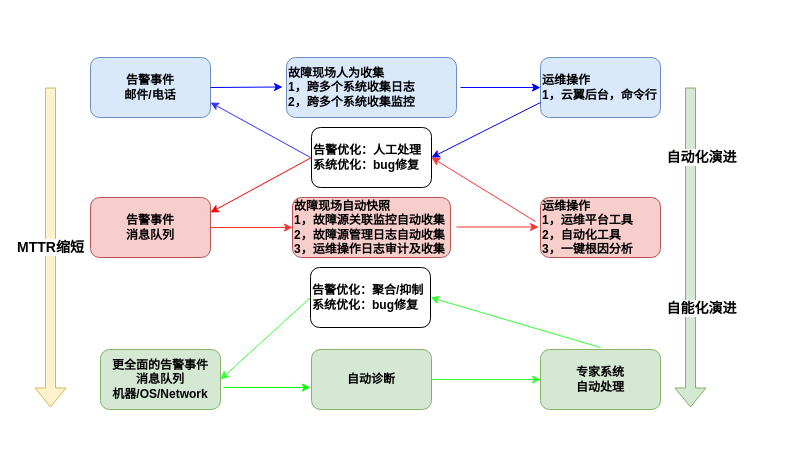
zjtheone/read-the-fxxk-code keeps this draw.io diagram as 未命名绘图.drawio. Above is the earlier version. Source tidied: cells renumbered, new cells numbered last; positions are measured from the earlier drawing's top-left corner, leaving out a move shared by most shapes. Both pictures are drawn from the tidied source at 100%, with x=0, y=0 at pixel (50, 57).
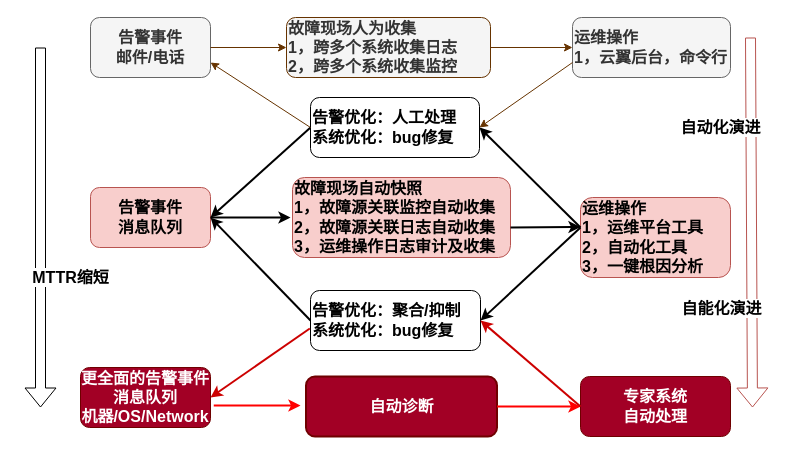
The same page after the edit.

Commit message:
更新未命名绘图.drawio

What changed in the source:
```diff
@@
-    <mxCell id="2" value="告警事件&lt;br style=&quot;font-size: 12px;&quot;&gt;消息队列" style="rounded=1;whiteSpace=wrap;html=1;fontStyle=1;fontSize=12;fillColor=#f8cecc;strokeColor=#b85450;" parent="1" vertex="1">
-      <mxGeometry x="40" y="140" width="120" height="60" as="geometry" />
+    <mxCell id="2" value="告警事件&lt;br style=&quot;font-size: 16px;&quot;&gt;消息队列" style="rounded=1;whiteSpace=wrap;html=1;fontStyle=1;fontSize=16;fillColor=#f8cecc;strokeColor=#b85450;" parent="1" vertex="1">
+      <mxGeometry x="40" y="130" width="120" height="60" as="geometry" />
     </mxCell>
-    <mxCell id="3" value="故障现场自动快照&lt;br style=&quot;font-size: 12px;&quot;&gt;1，故障源关联监控自动收集&lt;br style=&quot;font-size: 12px;&quot;&gt;2，故障源管理日志自动收集&lt;br&gt;3，运维操作日志审计及收集" style="rounded=1;whiteSpace=wrap;html=1;align=left;fontStyle=1;fontSize=12;fillColor=#f8cecc;strokeColor=#b85450;" parent="1" vertex="1">
-      <mxGeometry x="242" y="140" width="158" height="60" as="geometry" />
+    <mxCell id="3" value="故障现场自动快照&lt;br style=&quot;font-size: 16px;&quot;&gt;1，故障源关联监控自动收集&lt;br style=&quot;font-size: 16px;&quot;&gt;2，故障源关联日志自动收集&lt;br style=&quot;font-size: 16px;&quot;&gt;3，运维操作日志审计及收集" style="rounded=1;whiteSpace=wrap;html=1;align=left;fontStyle=1;fontSize=16;fillColor=#f8cecc;strokeColor=#b85450;" parent="1" vertex="1">
+      <mxGeometry x="242" y="120" width="218" height="80" as="geometry" />
     </mxCell>
-    <mxCell id="4" value="告警优化：人工处理&lt;br style=&quot;font-size: 12px;&quot;&gt;系统优化：bug修复" style="rounded=1;whiteSpace=wrap;html=1;align=left;fontStyle=1;fontSize=12;" parent="1" vertex="1">
-      <mxGeometry x="261" y="70" width="120" height="60" as="geometry" />
+    <mxCell id="4" value="告警优化：人工处理&lt;br style=&quot;font-size: 16px;&quot;&gt;系统优化：bug修复" style="rounded=1;whiteSpace=wrap;html=1;align=left;fontStyle=1;fontSize=16;" parent="1" vertex="1">
+      <mxGeometry x="260" y="40" width="169" height="60" as="geometry" />
     </mxCell>
-    <mxCell id="5" value="运维操作&lt;br style=&quot;font-size: 12px;&quot;&gt;1，运维平台工具&lt;br style=&quot;font-size: 12px;&quot;&gt;2，自动化工具&lt;br&gt;3，一键根因分析" style="rounded=1;whiteSpace=wrap;html=1;align=left;fontStyle=1;fontSize=12;fillColor=#f8cecc;strokeColor=#b85450;" parent="1" vertex="1">
-      <mxGeometry x="490" y="140" width="120" height="60" as="geometry" />
+    <mxCell id="5" value="运维操作&lt;br style=&quot;font-size: 16px;&quot;&gt;1，运维平台工具&lt;br style=&quot;font-size: 16px;&quot;&gt;2，自动化工具&lt;br style=&quot;font-size: 16px;&quot;&gt;3，一键根因分析" style="rounded=1;whiteSpace=wrap;html=1;align=left;fontStyle=1;fontSize=16;fillColor=#f8cecc;strokeColor=#b85450;" parent="1" vertex="1">
+      <mxGeometry x="530" y="140" width="150" height="80" as="geometry" />
     </mxCell>
-    <mxCell id="6" style="endArrow=classic;html=1;rounded=0;exitX=1;exitY=0.5;exitDx=0;exitDy=0;entryX=0;entryY=0.5;entryDx=0;entryDy=0;fontStyle=1;fontSize=12;strokeColor=#FF3333;" parent="1" edge="1" source="2" target="3">
-      <mxGeometry relative="1" as="geometry" />
+    <mxCell id="6" style="endArrow=classic;html=1;rounded=0;exitX=1;exitY=0.5;exitDx=0;exitDy=0;fontStyle=1;fontSize=16;strokeColor=#000000;strokeWidth=2;" parent="1" edge="1" source="2">
+      <mxGeometry relative="1" as="geometry">
+        <mxPoint x="240" y="160" as="targetPoint" />
+      </mxGeometry>
     </mxCell>
-    <mxCell id="7" style="endArrow=classic;html=1;rounded=0;exitX=1;exitY=0.5;exitDx=0;exitDy=0;entryX=0;entryY=0.5;entryDx=0;entryDy=0;fontStyle=1;fontSize=12;strokeColor=#FF3333;" parent="1" edge="1">
+    <mxCell id="7" style="endArrow=classic;html=1;rounded=0;entryX=0;entryY=0.369;entryDx=0;entryDy=0;fontStyle=1;fontSize=16;strokeColor=#000000;strokeWidth=2;entryPerimeter=0;" parent="1" edge="1" target="5">
       <mxGeometry relative="1" as="geometry">
-        <mxPoint x="406" y="169.5" as="sourcePoint" />
-        <mxPoint x="488" y="169.5" as="targetPoint" />
+        <mxPoint x="460" y="170" as="sourcePoint" />
       </mxGeometry>
     </mxCell>
-    <mxCell id="8" style="endArrow=classic;html=1;rounded=0;entryX=1;entryY=0.5;entryDx=0;entryDy=0;exitX=-0.042;exitY=0.4;exitDx=0;exitDy=0;exitPerimeter=0;fontStyle=1;fontSize=12;strokeColor=#FF3333;" parent="1" edge="1" source="5" target="4">
-      <mxGeometry relative="1" as="geometry" />
+    <mxCell id="8" style="endArrow=classic;html=1;rounded=0;entryX=1;entryY=0.5;entryDx=0;entryDy=0;fontStyle=1;fontSize=16;strokeColor=#000000;strokeWidth=2;" parent="1" edge="1" target="4">
+      <mxGeometry relative="1" as="geometry">
+        <mxPoint x="530" y="170" as="sourcePoint" />
+      </mxGeometry>
     </mxCell>
-    <mxCell id="9" style="endArrow=classic;html=1;rounded=0;entryX=1;entryY=0.25;entryDx=0;entryDy=0;exitX=0;exitY=0.5;exitDx=0;exitDy=0;fontStyle=1;fontSize=12;strokeColor=#FF0000;" parent="1" edge="1" source="4" target="2">
+    <mxCell id="9" style="endArrow=classic;html=1;rounded=0;entryX=1;entryY=0.5;entryDx=0;entryDy=0;exitX=0;exitY=0.5;exitDx=0;exitDy=0;fontStyle=1;fontSize=16;strokeColor=#000000;strokeWidth=2;" parent="1" edge="1" source="4" target="2">
       <mxGeometry relative="1" as="geometry" />
     </mxCell>
-    <mxCell id="10" value="故障现场人为收集&lt;br style=&quot;font-size: 12px;&quot;&gt;1，跨多个系统收集日志&lt;br style=&quot;font-size: 12px;&quot;&gt;2，跨多个系统收集监控" style="rounded=1;whiteSpace=wrap;html=1;align=left;fontStyle=1;fontSize=12;fillColor=#dae8fc;strokeColor=#6c8ebf;" parent="1" vertex="1">
-      <mxGeometry x="236" width="170" height="60" as="geometry" />
+    <mxCell id="10" value="故障现场人为收集&lt;br style=&quot;font-size: 16px;&quot;&gt;1，跨多个系统收集日志&lt;br style=&quot;font-size: 16px;&quot;&gt;2，跨多个系统收集监控" style="rounded=1;whiteSpace=wrap;html=1;align=left;fontStyle=1;fontSize=16;fillColor=#f5f5f5;strokeColor=#663300;fontColor=#333333;" parent="1" vertex="1">
+      <mxGeometry x="236" y="-40" width="204" height="60" as="geometry" />
     </mxCell>
-    <mxCell id="11" value="告警事件&lt;br style=&quot;font-size: 12px;&quot;&gt;邮件/电话" style="rounded=1;whiteSpace=wrap;html=1;fontStyle=1;fontSize=12;fillColor=#dae8fc;strokeColor=#6c8ebf;" parent="1" vertex="1">
-      <mxGeometry x="40" width="120" height="60" as="geometry" />
+    <mxCell id="11" value="告警事件&lt;br style=&quot;font-size: 16px;&quot;&gt;邮件/电话" style="rounded=1;whiteSpace=wrap;html=1;fontStyle=1;fontSize=16;fillColor=#f5f5f5;strokeColor=#666666;fontColor=#333333;" parent="1" vertex="1">
+      <mxGeometry x="40" y="-40" width="120" height="60" as="geometry" />
     </mxCell>
-    <mxCell id="12" value="运维操作&lt;br style=&quot;font-size: 12px;&quot;&gt;1，云翼后台，命令行" style="rounded=1;whiteSpace=wrap;html=1;align=left;fontStyle=1;fontSize=12;fillColor=#dae8fc;strokeColor=#6c8ebf;" parent="1" vertex="1">
-      <mxGeometry x="490" width="120" height="60" as="geometry" />
+    <mxCell id="12" value="运维操作&lt;br style=&quot;font-size: 16px;&quot;&gt;1，云翼后台，命令行" style="rounded=1;whiteSpace=wrap;html=1;align=left;fontStyle=1;fontSize=16;fillColor=#f5f5f5;strokeColor=#666666;fontColor=#333333;" parent="1" vertex="1">
+      <mxGeometry x="522" y="-40" width="158" height="60" as="geometry" />
     </mxCell>
-    <mxCell id="13" style="endArrow=classic;html=1;rounded=0;entryX=0;entryY=0.5;entryDx=0;entryDy=0;fontStyle=1;fontSize=12;strokeColor=#0000FF;" parent="1" edge="1">
+    <mxCell id="13" style="endArrow=classic;html=1;rounded=0;entryX=0;entryY=0.5;entryDx=0;entryDy=0;fontStyle=1;fontSize=16;strokeColor=#663300;" parent="1" edge="1" target="10">
       <mxGeometry relative="1" as="geometry">
-        <mxPoint x="160" y="30" as="sourcePoint" />
-        <mxPoint x="232" y="29.5" as="targetPoint" />
+        <mxPoint x="160" y="-10" as="sourcePoint" />
       </mxGeometry>
     </mxCell>
-    <mxCell id="14" style="endArrow=classic;html=1;rounded=0;entryX=0;entryY=0.5;entryDx=0;entryDy=0;fontStyle=1;fontSize=12;strokeColor=#0000FF;" parent="1" edge="1" target="12">
+    <mxCell id="14" style="endArrow=classic;html=1;rounded=0;entryX=0;entryY=0.5;entryDx=0;entryDy=0;fontStyle=1;fontSize=16;strokeColor=#663300;" parent="1" edge="1" target="12">
       <mxGeometry relative="1" as="geometry">
-        <mxPoint x="410" y="30" as="sourcePoint" />
+        <mxPoint x="440" y="-10" as="sourcePoint" />
       </mxGeometry>
     </mxCell>
-    <mxCell id="15" style="endArrow=classic;html=1;rounded=0;exitX=0;exitY=0.75;exitDx=0;exitDy=0;entryX=1;entryY=0.5;entryDx=0;entryDy=0;fontStyle=1;fontSize=12;strokeColor=#0000FF;" parent="1" edge="1" source="12" target="4">
+    <mxCell id="15" style="endArrow=classic;html=1;rounded=0;exitX=0;exitY=0.75;exitDx=0;exitDy=0;entryX=1;entryY=0.5;entryDx=0;entryDy=0;fontStyle=1;fontSize=16;strokeColor=#663300;" parent="1" edge="1" source="12" target="4">
       <mxGeometry relative="1" as="geometry" />
     </mxCell>
-    <mxCell id="16" style="endArrow=classic;html=1;rounded=0;entryX=1;entryY=0.75;entryDx=0;entryDy=0;fontStyle=1;fontSize=12;strokeColor=#3333FF;" parent="1" edge="1" target="11">
-      <mxGeometry relative="1" as="geometry">
-        <mxPoint x="260" y="100" as="sourcePoint" />
-      </mxGeometry>
+    <mxCell id="16" style="endArrow=classic;html=1;rounded=0;entryX=1;entryY=0.75;entryDx=0;entryDy=0;fontStyle=1;fontSize=16;strokeColor=#663300;exitX=0;exitY=0.5;exitDx=0;exitDy=0;" parent="1" edge="1" source="4" target="11">
+      <mxGeometry relative="1" as="geometry" />
     </mxCell>
-    <mxCell id="17" value="自动诊断" style="rounded=1;whiteSpace=wrap;html=1;fontStyle=1;fontSize=12;fillColor=#d5e8d4;strokeColor=#82b366;" parent="1" vertex="1">
-      <mxGeometry x="261" y="292" width="120" height="60" as="geometry" />
+    <mxCell id="17" value="自动诊断" style="rounded=1;whiteSpace=wrap;html=1;fontStyle=1;fontSize=16;fillColor=#a20025;strokeColor=#6F0000;fontColor=#ffffff;strokeWidth=2;" parent="1" vertex="1">
+      <mxGeometry x="255.5" y="319" width="191" height="60" as="geometry" />
     </mxCell>
-    <mxCell id="18" value="专家系统&lt;br style=&quot;font-size: 12px;&quot;&gt;自动处理" style="rounded=1;whiteSpace=wrap;html=1;fontStyle=1;fontSize=12;fillColor=#d5e8d4;strokeColor=#82b366;" parent="1" vertex="1">
-      <mxGeometry x="490" y="292" width="120" height="60" as="geometry" />
+    <mxCell id="18" value="专家系统&lt;br style=&quot;font-size: 16px;&quot;&gt;自动处理" style="rounded=1;whiteSpace=wrap;html=1;fontStyle=1;fontSize=16;fillColor=#a20025;strokeColor=#6F0000;fontColor=#ffffff;" parent="1" vertex="1">
+      <mxGeometry x="530" y="319" width="150" height="60" as="geometry" />
     </mxCell>
-    <mxCell id="19" style="endArrow=classic;html=1;rounded=0;entryX=0;entryY=0.5;entryDx=0;entryDy=0;fontStyle=1;fontSize=12;strokeColor=#33FF33;exitX=1;exitY=0.5;exitDx=0;exitDy=0;" parent="1" edge="1" source="17" target="18">
+    <mxCell id="19" style="endArrow=classic;html=1;rounded=0;entryX=0;entryY=0.5;entryDx=0;entryDy=0;fontStyle=1;fontSize=16;strokeColor=#FF0000;strokeWidth=2;exitX=1;exitY=0.5;exitDx=0;exitDy=0;" parent="1" edge="1" source="17" target="18">
       <mxGeometry relative="1" as="geometry" />
     </mxCell>
-    <mxCell id="20" value="告警优化：聚合/抑制&lt;br style=&quot;font-size: 12px;&quot;&gt;系统优化：bug修复" style="rounded=1;whiteSpace=wrap;html=1;align=left;fontStyle=1;fontSize=12;" parent="1" vertex="1">
-      <mxGeometry x="260" y="210" width="120" height="60" as="geometry" />
+    <mxCell id="20" value="告警优化：聚合/抑制&lt;br style=&quot;font-size: 16px;&quot;&gt;系统优化：bug修复" style="rounded=1;whiteSpace=wrap;html=1;align=left;fontStyle=1;fontSize=16;" parent="1" vertex="1">
+      <mxGeometry x="260" y="233" width="170" height="60" as="geometry" />
     </mxCell>
-    <mxCell id="21" style="endArrow=classic;html=1;rounded=0;strokeColor=#00FF00;exitX=1.025;exitY=0.633;exitDx=0;exitDy=0;exitPerimeter=0;" parent="1" edge="1" source="26">
+    <mxCell id="21" style="endArrow=classic;html=1;rounded=0;strokeColor=#FF0000;exitX=1.025;exitY=0.633;exitDx=0;exitDy=0;exitPerimeter=0;strokeWidth=2;fontSize=16;" parent="1" edge="1" source="26">
       <mxGeometry relative="1" as="geometry">
-        <mxPoint x="260" y="330" as="targetPoint" />
+        <mxPoint x="250" y="348" as="targetPoint" />
       </mxGeometry>
     </mxCell>
-    <mxCell id="22" style="endArrow=classic;html=1;rounded=0;strokeColor=#33FF33;entryX=1;entryY=0.5;entryDx=0;entryDy=0;" parent="1" edge="1" target="20">
-      <mxGeometry relative="1" as="geometry">
-        <mxPoint x="550" y="290" as="sourcePoint" />
-      </mxGeometry>
+    <mxCell id="22" style="endArrow=classic;html=1;rounded=0;strokeColor=#CC0000;entryX=1;entryY=0.5;entryDx=0;entryDy=0;exitX=0;exitY=0.5;exitDx=0;exitDy=0;strokeWidth=2;fontSize=16;" parent="1" edge="1" source="18" target="20">
+      <mxGeometry relative="1" as="geometry" />
     </mxCell>
-    <mxCell id="23" style="endArrow=classic;html=1;rounded=0;strokeColor=#33FF33;entryX=1;entryY=0.5;entryDx=0;entryDy=0;exitX=0;exitY=0.5;exitDx=0;exitDy=0;" parent="1" edge="1" source="20" target="26">
+    <mxCell id="23" style="endArrow=classic;html=1;rounded=0;strokeColor=#CC0000;entryX=1;entryY=0.5;entryDx=0;entryDy=0;exitX=-0.004;exitY=0.633;exitDx=0;exitDy=0;exitPerimeter=0;strokeWidth=2;fontSize=16;" parent="1" edge="1" source="20" target="26">
       <mxGeometry relative="1" as="geometry" />
     </mxCell>
-    <mxCell id="24" style="shape=flexArrow;endArrow=classic;html=1;rounded=0;strokeColor=#82b366;fillColor=#d5e8d4;" parent="1" edge="1">
+    <mxCell id="24" style="shape=flexArrow;endArrow=classic;html=1;rounded=0;strokeColor=#b85450;fillColor=none;fontSize=16;" parent="1" edge="1">
       <mxGeometry relative="1" as="geometry">
-        <mxPoint x="640" y="30" as="sourcePoint" />
-        <mxPoint x="640" y="350" as="targetPoint" />
+        <mxPoint x="700" y="-20" as="sourcePoint" />
+        <mxPoint x="702" y="350" as="targetPoint" />
       </mxGeometry>
     </mxCell>
-    <mxCell id="25" value="&lt;font style=&quot;font-size: 14px;&quot;&gt;&lt;b&gt;自动化演进&lt;/b&gt;&lt;/font&gt;" style="edgeLabel;html=1;align=center;verticalAlign=middle;" parent="24" vertex="1">
+    <mxCell id="25" value="&lt;font style=&quot;font-size: 16px;&quot;&gt;&lt;b style=&quot;font-size: 16px;&quot;&gt;自动化演进&lt;/b&gt;&lt;/font&gt;" style="edgeLabel;html=1;align=center;verticalAlign=middle;fontSize=16;" parent="24" vertex="1">
       <mxGeometry x="-0.28" y="-1" relative="1" as="geometry">
-        <mxPoint x="11" y="-46" as="offset" />
+        <mxPoint x="-30" y="-44" as="offset" />
       </mxGeometry>
     </mxCell>
-    <mxCell id="26" value="更全面的告警事件&lt;br style=&quot;font-size: 12px;&quot;&gt;消息队列&lt;br&gt;机器/OS/Network" style="rounded=1;whiteSpace=wrap;html=1;fontStyle=1;fontSize=12;fillColor=#d5e8d4;strokeColor=#82b366;" parent="1" vertex="1">
-      <mxGeometry x="50" y="292" width="120" height="60" as="geometry" />
+    <mxCell id="26" value="更全面的告警事件&lt;br style=&quot;font-size: 16px;&quot;&gt;消息队列&lt;br style=&quot;font-size: 16px;&quot;&gt;机器/OS/Network" style="rounded=1;whiteSpace=wrap;html=1;fontStyle=1;fontSize=16;fillColor=#a20025;strokeColor=#6F0000;fontColor=#ffffff;" parent="1" vertex="1">
+      <mxGeometry x="30" y="310" width="130" height="60" as="geometry" />
     </mxCell>
-    <mxCell id="27" value="&lt;b&gt;&lt;font style=&quot;font-size: 14px;&quot;&gt;MTTR缩短&lt;/font&gt;&lt;/b&gt;" style="shape=flexArrow;endArrow=classic;html=1;rounded=0;strokeColor=#d6b656;fillColor=#fff2cc;" parent="1" edge="1">
-      <mxGeometry relative="1" as="geometry">
-        <mxPoint y="30" as="sourcePoint" />
-        <mxPoint y="350" as="targetPoint" />
+    <mxCell id="27" value="&lt;b style=&quot;font-size: 16px;&quot;&gt;&lt;font style=&quot;font-size: 16px;&quot;&gt;MTTR缩短&lt;/font&gt;&lt;/b&gt;" style="shape=flexArrow;endArrow=classic;html=1;rounded=0;fillColor=none;fontSize=16;" parent="1" edge="1">
+      <mxGeometry x="0.28" y="30" relative="1" as="geometry">
+        <mxPoint x="-10" y="-10" as="sourcePoint" />
+        <mxPoint x="-10" y="350" as="targetPoint" />
       </mxGeometry>
     </mxCell>
-    <mxCell id="28" value="&lt;font style=&quot;font-size: 14px;&quot;&gt;&lt;b&gt;自能化演进&lt;/b&gt;&lt;/font&gt;" style="edgeLabel;html=1;align=center;verticalAlign=middle;" parent="1" vertex="1">
-      <mxGeometry x="650" y="250" as="geometry" />
+    <mxCell id="28" value="&lt;font style=&quot;font-size: 16px;&quot;&gt;&lt;b style=&quot;font-size: 16px;&quot;&gt;自能化演进&lt;/b&gt;&lt;/font&gt;" style="edgeLabel;html=1;align=center;verticalAlign=middle;fontSize=16;" parent="1" vertex="1">
+      <mxGeometry x="670" y="250" as="geometry" />
     </mxCell>
+    <mxCell id="29" style="endArrow=classic;html=1;rounded=0;fontSize=16;strokeColor=#000000;strokeWidth=2;entryX=1;entryY=0.5;entryDx=0;entryDy=0;" parent="1" edge="1" target="20">
+      <mxGeometry relative="1" as="geometry">
+        <mxPoint x="530" y="170" as="sourcePoint" />
+      </mxGeometry>
+    </mxCell>
+    <mxCell id="30" style="endArrow=classic;html=1;rounded=0;fontSize=16;strokeColor=#000000;strokeWidth=2;entryX=1;entryY=0.5;entryDx=0;entryDy=0;exitX=0;exitY=0.5;exitDx=0;exitDy=0;" parent="1" edge="1" source="20" target="2">
+      <mxGeometry relative="1" as="geometry" />
+    </mxCell>
```
